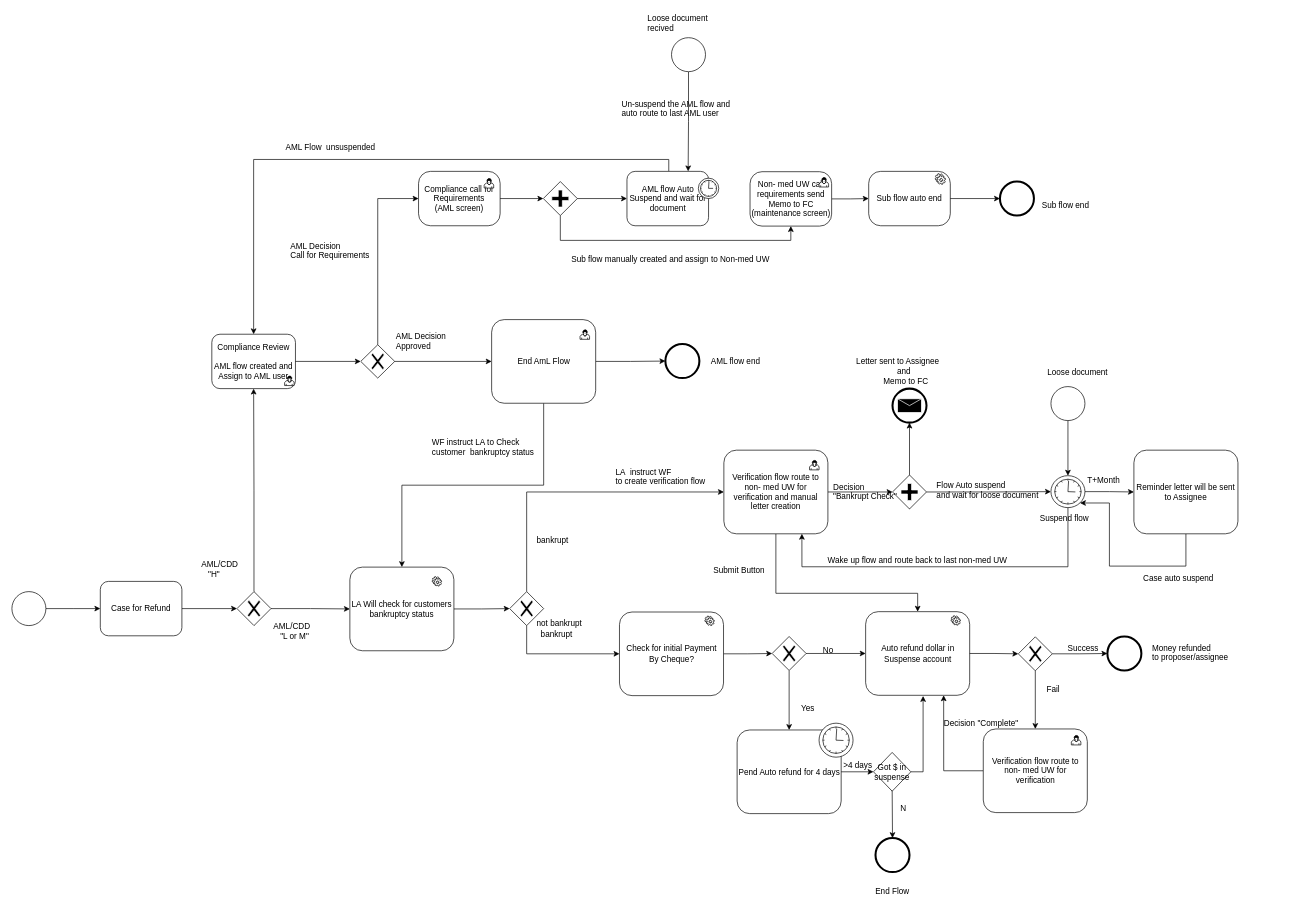
This is page "Refund" (11 of 13) of Jeff.drawio from Jefferzonlee/WorkFlow-BPR, a draw.io file, before an edit. Source tidied: cells renumbered, new cells numbered last; positions are measured from the earlier drawing's top-left corner, leaving out a move shared by most shapes. Both pictures are drawn from the tidied source at 68%, with x=0, y=0 at pixel (12, 12).
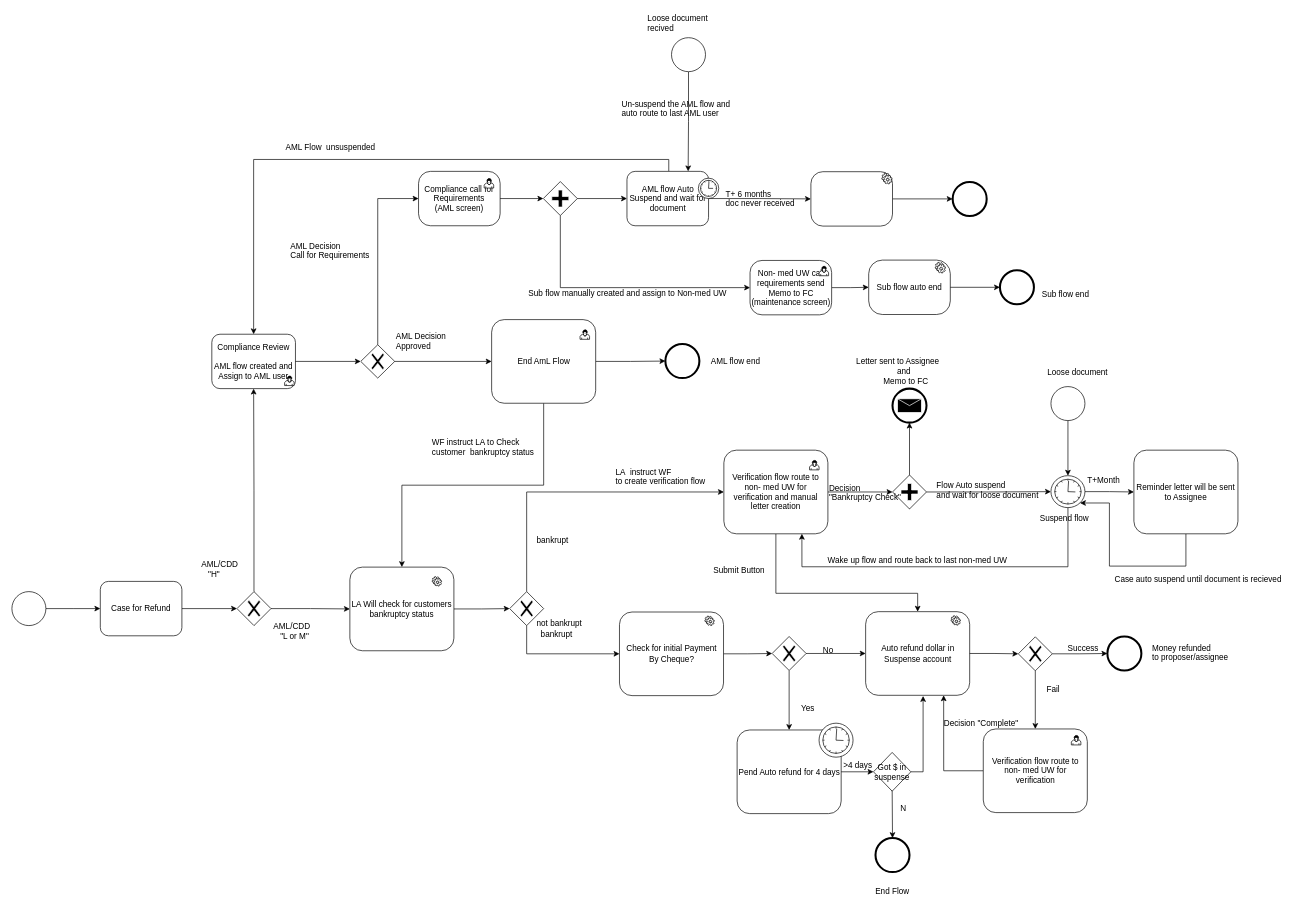
Above is the later version.

The change refers to these unchanged cells:
```xml
<mxCell id="23" value="AML flow Auto Suspend and wait for document" style="html=1;whiteSpace=wrap;rounded=1;" parent="1" vertex="1">
  <mxGeometry x="904.5" y="234.5" width="120" height="80" as="geometry" />
</mxCell>
<mxCell id="37" style="shape=mxgraph.bpmn.shape;html=1;verticalLabelPosition=bottom;labelBackgroundColor=#ffffff;verticalAlign=top;align=center;perimeter=rhombusPerimeter;background=gateway;outlineConnect=0;outline=none;symbol=parallelGw;" parent="1" vertex="1">
  <mxGeometry x="781.5" y="249.5" width="50" height="50" as="geometry" />
</mxCell>
```

The edit, as a diff of the source:
```diff
@@
+    <mxCell id="116" style="edgeStyle=orthogonalEdgeStyle;rounded=0;jettySize=auto;html=1;entryX=0;entryY=0.5;entryDx=0;entryDy=0;" parent="1" edge="1" source="23" target="119">
+      <mxGeometry relative="1" as="geometry" />
+    </mxCell>
@@
     <mxCell id="26" value="Non- med UW call requirements send Memo to FC&lt;br&gt;(maintenance screen)&lt;br&gt;" style="shape=ext;rounded=1;html=1;whiteSpace=wrap;arcSize=22;" parent="1" vertex="1">
-      <mxGeometry x="1085.5" y="235" width="120" height="80" as="geometry" />
+      <mxGeometry x="1085.5" y="365.5" width="120" height="80" as="geometry" />
     </mxCell>
@@
     <mxCell id="29" style="html=1;shape=mxgraph.bpmn.user_task;" parent="1" vertex="1">
-      <mxGeometry x="1187" y="243.5" width="14" height="14" as="geometry">
+      <mxGeometry x="1187" y="374" width="14" height="14" as="geometry">
         <mxPoint x="7" y="7" as="offset" />
       </mxGeometry>
     </mxCell>
     <mxCell id="30" value="Sub flow manually created and assign to Non-med UW&lt;br&gt;&lt;br&gt;" style="text;html=1;align=left;verticalAlign=top;spacingTop=-4;" parent="1" vertex="1">
-      <mxGeometry x="821" y="354.5" width="310" height="30" as="geometry" />
+      <mxGeometry x="758" y="405" width="310" height="30" as="geometry" />
     </mxCell>
-    <mxCell id="31" value="Sub flow auto end" style="shape=ext;rounded=1;html=1;whiteSpace=wrap;arcSize=22;" parent="1" vertex="1">
-      <mxGeometry x="1260" y="234.5" width="120" height="80" as="geometry" />
+    <mxCell id="31" value="Sub flow auto end" style="shape=ext;rounded=1;html=1;whiteSpace=wrap;arcSize=25;" parent="1" vertex="1">
+      <mxGeometry x="1260" y="365" width="120" height="80" as="geometry" />
     </mxCell>
@@
-    <mxCell id="36" style="edgeStyle=orthogonalEdgeStyle;rounded=0;jettySize=auto;html=1;entryX=0.5;entryY=1;entryDx=0;entryDy=0;" parent="1" edge="1" source="37" target="26">
+    <mxCell id="36" style="edgeStyle=orthogonalEdgeStyle;rounded=0;jettySize=auto;html=1;entryX=0;entryY=0.5;entryDx=0;entryDy=0;" parent="1" edge="1" source="37" target="26">
       <mxGeometry relative="1" as="geometry">
         <Array as="points">
-          <mxPoint x="807" y="336" />
-          <mxPoint x="1146" y="336" />
+          <mxPoint x="807" y="406" />
         </Array>
       </mxGeometry>
     </mxCell>
@@
     <mxCell id="39" style="shape=mxgraph.bpmn.service_task;html=1;" parent="1" vertex="1">
-      <mxGeometry x="1357.8" y="237.8" width="15.2" height="15.8" as="geometry" />
+      <mxGeometry x="1357.8" y="368.2" width="15.2" height="15.8" as="geometry" />
     </mxCell>
@@
     <mxCell id="41" value="Sub flow end" style="text;html=1;align=left;verticalAlign=top;spacingTop=-4;" parent="1" vertex="1">
-      <mxGeometry x="1513" y="275" width="80" height="20" as="geometry" />
+      <mxGeometry x="1513" y="405.5" width="80" height="20" as="geometry" />
     </mxCell>
@@
     <mxCell id="48" style="shape=mxgraph.bpmn.shape;html=1;verticalLabelPosition=bottom;labelBackgroundColor=#ffffff;verticalAlign=top;align=center;perimeter=ellipsePerimeter;outlineConnect=0;outline=end;symbol=general;" parent="1" vertex="1">
-      <mxGeometry x="1453" y="249.5" width="50" height="50" as="geometry" />
+      <mxGeometry x="1453" y="380" width="50" height="50" as="geometry" />
     </mxCell>
@@
-    <mxCell id="70" value="Decision &lt;br&gt;&quot;Bankrupt Check&quot;" style="text;html=1;align=left;verticalAlign=top;spacingTop=-4;" parent="1" vertex="1">
-      <mxGeometry x="1205.5" y="689" width="110" height="30" as="geometry" />
+    <mxCell id="70" value="Decision &lt;br&gt;&quot;Bankruptcy Check&quot;" style="text;html=1;align=left;verticalAlign=top;spacingTop=-4;" parent="1" vertex="1">
+      <mxGeometry x="1200" y="691" width="120" height="30" as="geometry" />
     </mxCell>
@@
-    <mxCell id="109" value="Case auto suspend" style="text;html=1;align=left;verticalAlign=top;spacingTop=-4;" parent="1" vertex="1">
-      <mxGeometry x="1662" y="822.5" width="120" height="20" as="geometry" />
+    <mxCell id="109" value="Case auto suspend until document is recieved" style="text;html=1;align=left;verticalAlign=top;spacingTop=-4;" parent="1" vertex="1">
+      <mxGeometry x="1620" y="824.5" width="260" height="20" as="geometry" />
     </mxCell>
@@
+    <mxCell id="117" value="T+ 6 months &lt;br&gt;doc never received" style="text;html=1;align=left;verticalAlign=top;spacingTop=-4;" parent="1" vertex="1">
+      <mxGeometry x="1048" y="258" width="120" height="30" as="geometry" />
+    </mxCell>
+    <mxCell id="118" style="edgeStyle=orthogonalEdgeStyle;rounded=0;jettySize=auto;html=1;entryX=0;entryY=0.5;entryDx=0;entryDy=0;" parent="1" edge="1" source="119" target="120">
+      <mxGeometry relative="1" as="geometry" />
+    </mxCell>
+    <mxCell id="119" style="shape=ext;rounded=1;html=1;whiteSpace=wrap;arcSize=22;" parent="1" vertex="1">
+      <mxGeometry x="1175" y="235" width="120" height="80" as="geometry" />
+    </mxCell>
+    <mxCell id="120" style="shape=mxgraph.bpmn.shape;html=1;verticalLabelPosition=bottom;labelBackgroundColor=#ffffff;verticalAlign=top;align=center;perimeter=ellipsePerimeter;outlineConnect=0;outline=end;symbol=general;" parent="1" vertex="1">
+      <mxGeometry x="1383.5" y="250" width="50" height="50" as="geometry" />
+    </mxCell>
+    <mxCell id="121" style="shape=mxgraph.bpmn.service_task;html=1;" parent="1" vertex="1">
+      <mxGeometry x="1279.2" y="237.2" width="15.2" height="15.8" as="geometry" />
+    </mxCell>
```
